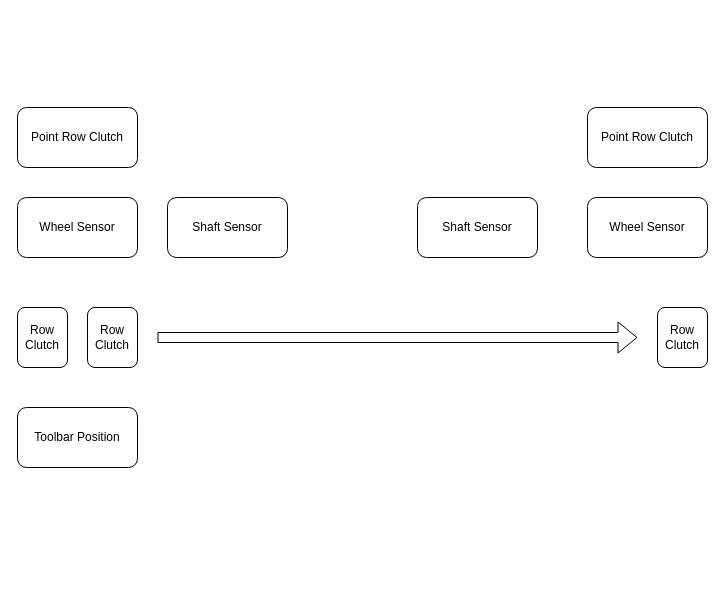
Above: Planter.drawio in stevennolte/Module_Firmware (draw.io), before the change. Source tidied: cells renumbered, new cells numbered last; positions are measured from the earlier drawing's top-left corner, leaving out a move shared by most shapes. Both pictures are drawn from the tidied source at 100%, with x=0, y=0 at pixel (17, 107).
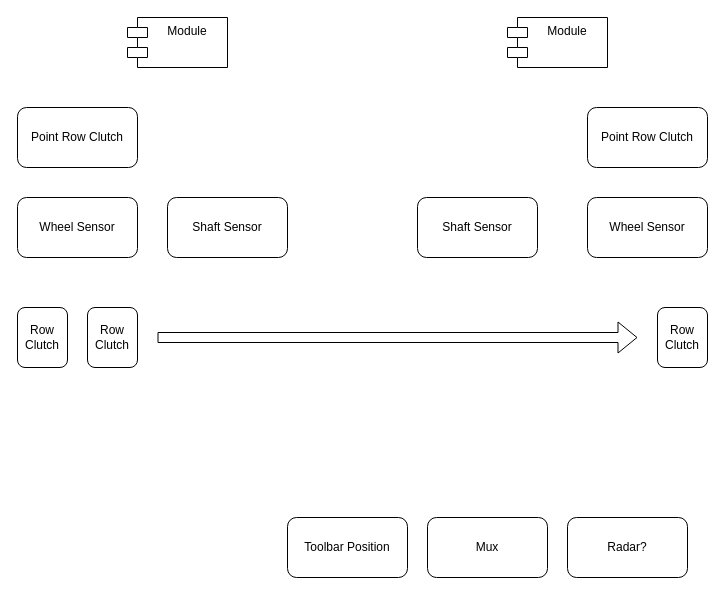
The same page after the edit.

The edit, as a diff of the source:
```diff
@@
 <mxGraphModel>
   <root>
     <mxCell id="0" />
     <mxCell id="1" parent="0" />
     <mxCell id="2" value="Wheel Sensor" style="rounded=1;whiteSpace=wrap;html=1;" parent="1" vertex="1">
       <mxGeometry y="90" width="120" height="60" as="geometry" />
     </mxCell>
     <mxCell id="3" value="Point Row Clutch" style="rounded=1;whiteSpace=wrap;html=1;" parent="1" vertex="1">
       <mxGeometry x="570" width="120" height="60" as="geometry" />
     </mxCell>
     <mxCell id="4" value="Point Row Clutch" style="rounded=1;whiteSpace=wrap;html=1;" parent="1" vertex="1">
       <mxGeometry width="120" height="60" as="geometry" />
     </mxCell>
     <mxCell id="5" value="Wheel Sensor" style="rounded=1;whiteSpace=wrap;html=1;" parent="1" vertex="1">
       <mxGeometry x="570" y="90" width="120" height="60" as="geometry" />
     </mxCell>
     <mxCell id="6" value="Shaft Sensor" style="rounded=1;whiteSpace=wrap;html=1;" parent="1" vertex="1">
       <mxGeometry x="150" y="90" width="120" height="60" as="geometry" />
     </mxCell>
     <mxCell id="7" value="Shaft Sensor" style="rounded=1;whiteSpace=wrap;html=1;" parent="1" vertex="1">
       <mxGeometry x="400" y="90" width="120" height="60" as="geometry" />
     </mxCell>
     <mxCell id="8" value="Row Clutch" style="rounded=1;whiteSpace=wrap;html=1;" parent="1" vertex="1">
       <mxGeometry y="200" width="50" height="60" as="geometry" />
     </mxCell>
     <mxCell id="9" value="Row Clutch" style="rounded=1;whiteSpace=wrap;html=1;" parent="1" vertex="1">
       <mxGeometry x="70" y="200" width="50" height="60" as="geometry" />
     </mxCell>
     <mxCell id="10" value="Row Clutch" style="rounded=1;whiteSpace=wrap;html=1;" parent="1" vertex="1">
       <mxGeometry x="640" y="200" width="50" height="60" as="geometry" />
     </mxCell>
     <mxCell id="11" style="shape=flexArrow;endArrow=classic;html=1;rounded=0;" parent="1" edge="1">
       <mxGeometry relative="1" as="geometry">
         <mxPoint x="140" y="230" as="sourcePoint" />
         <mxPoint x="620" y="230" as="targetPoint" />
       </mxGeometry>
     </mxCell>
     <mxCell id="12" value="Toolbar Position" style="rounded=1;whiteSpace=wrap;html=1;" parent="1" vertex="1">
-      <mxGeometry y="300" width="120" height="60" as="geometry" />
+      <mxGeometry x="270" y="410" width="120" height="60" as="geometry" />
     </mxCell>
+    <mxCell id="13" value="Mux" style="rounded=1;whiteSpace=wrap;html=1;" parent="1" vertex="1">
+      <mxGeometry x="410" y="410" width="120" height="60" as="geometry" />
+    </mxCell>
+    <mxCell id="14" value="Radar?" style="rounded=1;whiteSpace=wrap;html=1;" parent="1" vertex="1">
+      <mxGeometry x="550" y="410" width="120" height="60" as="geometry" />
+    </mxCell>
+    <mxCell id="15" value="Module" style="shape=module;align=left;spacingLeft=20;align=center;verticalAlign=top;whiteSpace=wrap;html=1;" parent="1" vertex="1">
+      <mxGeometry x="110" y="-90" width="100" height="50" as="geometry" />
+    </mxCell>
+    <mxCell id="16" value="Module" style="shape=module;align=left;spacingLeft=20;align=center;verticalAlign=top;whiteSpace=wrap;html=1;" parent="1" vertex="1">
+      <mxGeometry x="490" y="-90" width="100" height="50" as="geometry" />
+    </mxCell>
   </root>
 </mxGraphModel>
```
